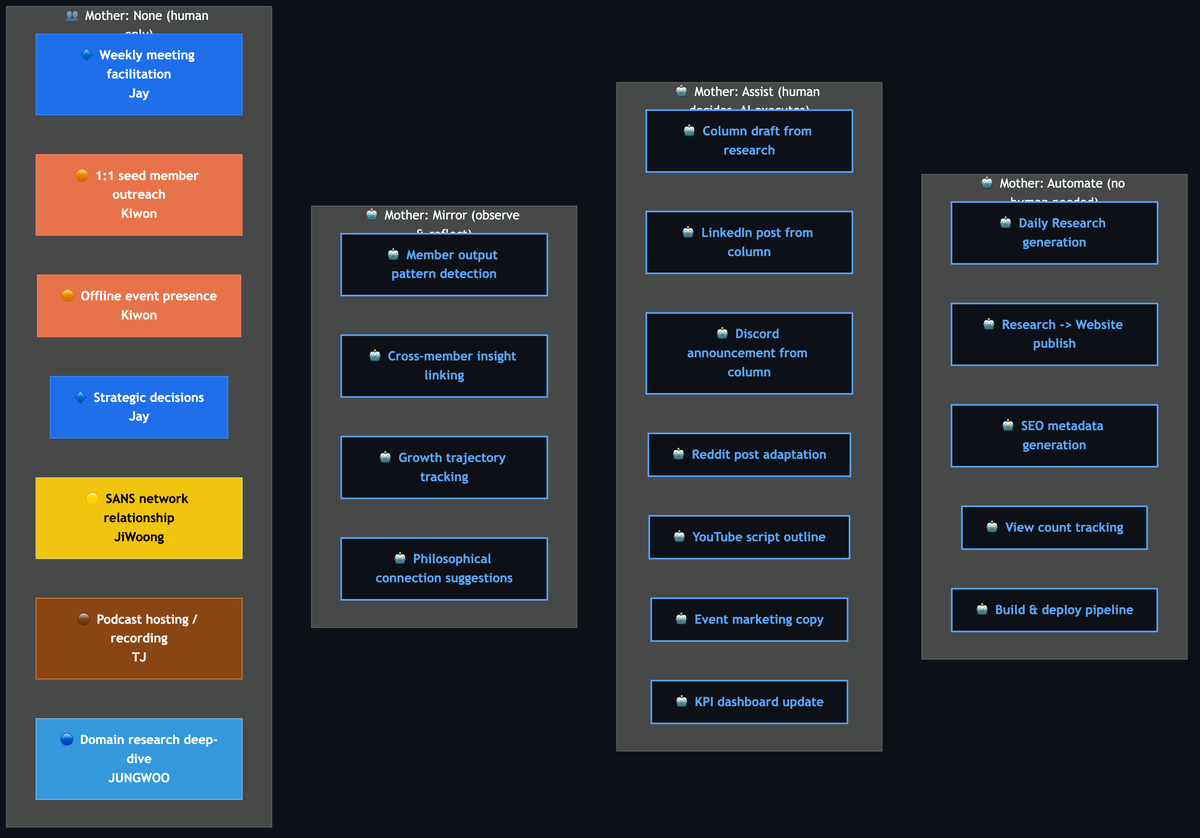
Before: products/hypeproof-workflow-diagrams/d4-color.png, a diagram exported from Mermaid (JeHyeong2/hypeprooflab). Its source is kept beside it as products/hypeproof-workflow-diagrams/d4-color.mmd.
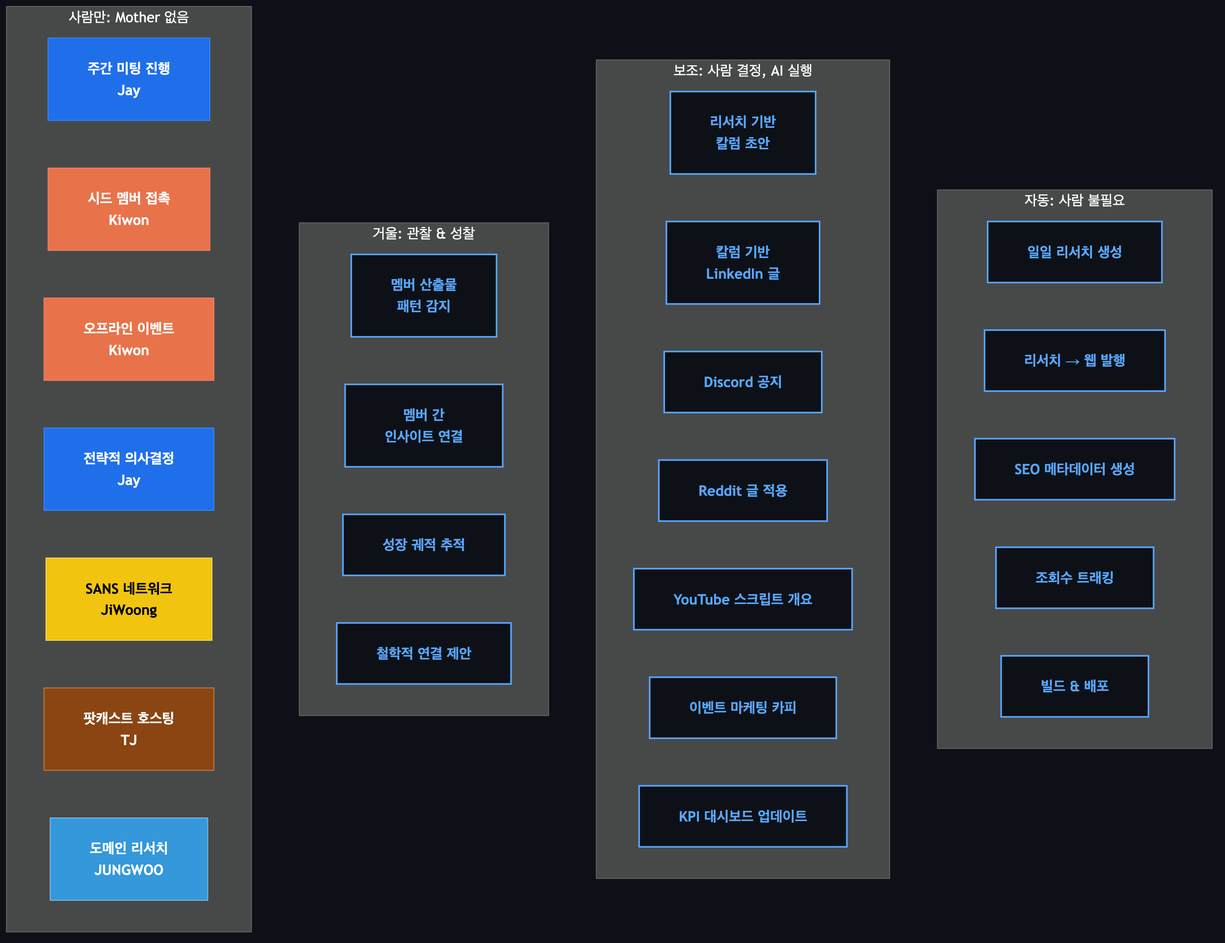
After the commit.

Change to the diagram source:
```diff
@@ -1,37 +1,37 @@
 flowchart TB
-    subgraph AUTOMATE["🤖 Mother: Automate (no human needed)"]
-        A1["🤖 Daily Research generation"]
-        A2["🤖 Research -> Website publish"]
-        A3["🤖 SEO metadata generation"]
-        A4["🤖 View count tracking"]
-        A5["🤖 Build & deploy pipeline"]
+    subgraph AUTOMATE["자동: 사람 불필요"]
+        A1["일일 리서치 생성"]
+        A2["리서치 → 웹 발행"]
+        A3["SEO 메타데이터 생성"]
+        A4["조회수 트래킹"]
+        A5["빌드 & 배포"]
     end
 
-    subgraph ASSIST["🤖 Mother: Assist (human decides, AI executes)"]
-        B1["🤖 Column draft from research"]
-        B2["🤖 LinkedIn post from column"]
-        B3["🤖 Discord announcement from column"]
-        B4["🤖 Reddit post adaptation"]
-        B5["🤖 YouTube script outline"]
-        B6["🤖 Event marketing copy"]
-        B7["🤖 KPI dashboard update"]
+    subgraph ASSIST["보조: 사람 결정, AI 실행"]
+        B1["리서치 기반<br/>칼럼 초안"]
+        B2["칼럼 기반<br/>LinkedIn 글"]
+        B3["Discord 공지"]
+        B4["Reddit 글 적용"]
+        B5["YouTube 스크립트 개요"]
+        B6["이벤트 마케팅 카피"]
+        B7["KPI 대시보드 업데이트"]
     end
 
-    subgraph MIRROR["🤖 Mother: Mirror (observe & reflect)"]
-        C1["🤖 Member output pattern detection"]
-        C2["🤖 Cross-member insight linking"]
-        C3["🤖 Growth trajectory tracking"]
-        C4["🤖 Philosophical connection suggestions"]
+    subgraph MIRROR["거울: 관찰 & 성찰"]
+        C1["멤버 산출물<br/>패턴 감지"]
+        C2["멤버 간<br/>인사이트 연결"]
+        C3["성장 궤적 추적"]
+        C4["철학적 연결 제안"]
     end
 
-    subgraph NONE["👥 Mother: None (human only)"]
-        D1["🔷 Weekly meeting facilitation<br/>Jay"]
-        D2["🟠 1:1 seed member outreach<br/>Kiwon"]
-        D3["🟠 Offline event presence<br/>Kiwon"]
-        D4["🔷 Strategic decisions<br/>Jay"]
-        D5["🟡 SANS network relationship<br/>JiWoong"]
-        D6["🟤 Podcast hosting / recording<br/>TJ"]
-        D7["🔵 Domain research deep-dive<br/>JUNGWOO"]
+    subgraph NONE["사람만: Mother 없음"]
+        D1["주간 미팅 진행<br/>Jay"]
+        D2["시드 멤버 접촉<br/>Kiwon"]
+        D3["오프라인 이벤트<br/>Kiwon"]
+        D4["전략적 의사결정<br/>Jay"]
+        D5["SANS 네트워크<br/>JiWoong"]
+        D6["팟캐스트 호스팅<br/>TJ"]
+        D7["도메인 리서치<br/>JUNGWOO"]
     end
 
     classDef jay fill:#1f6feb,stroke:#388bfd,color:#fff,font-weight:bold
```
